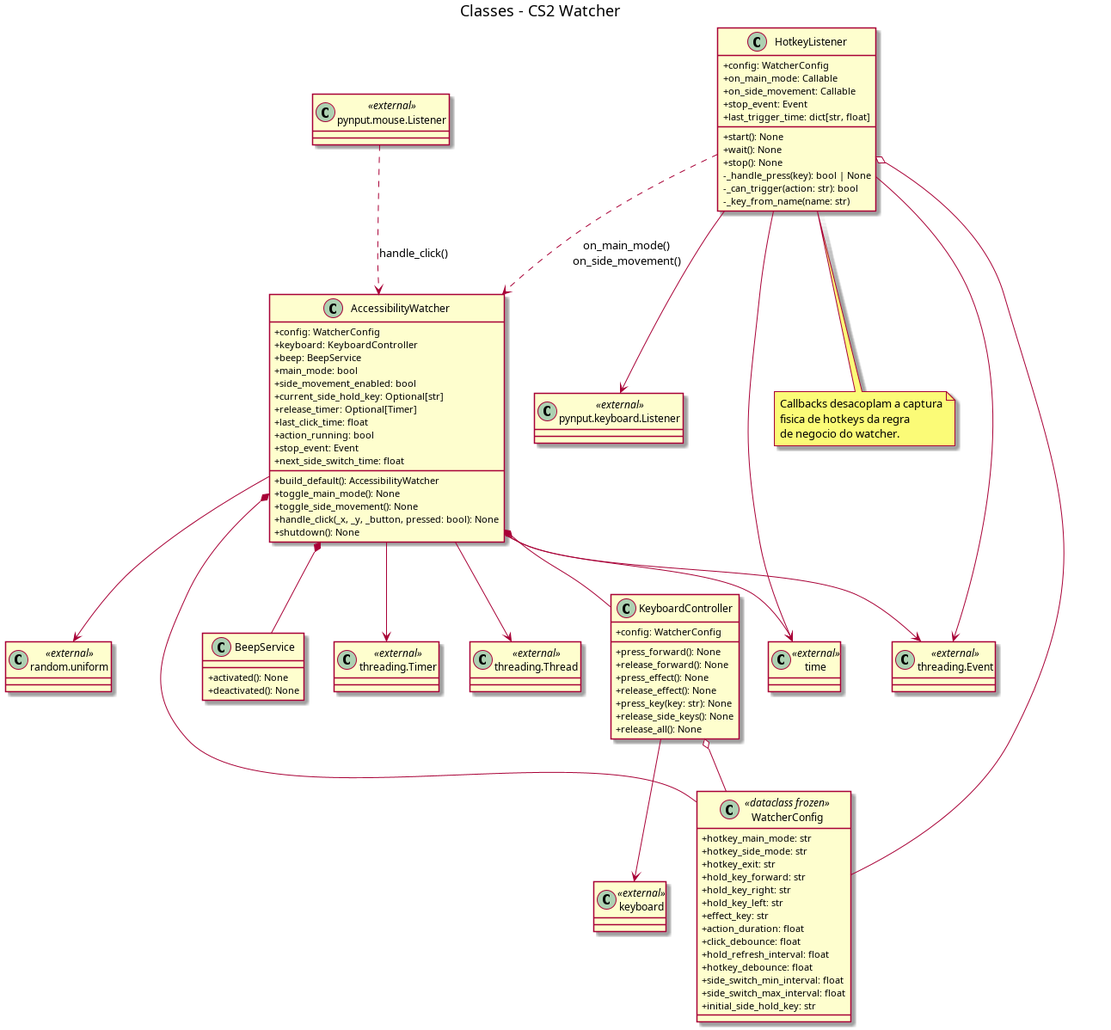
Above: docs/classes.png in clesiorki2018/cs2-watcher (PlantUML), before the change. Its source is kept beside it as docs/classes.puml.
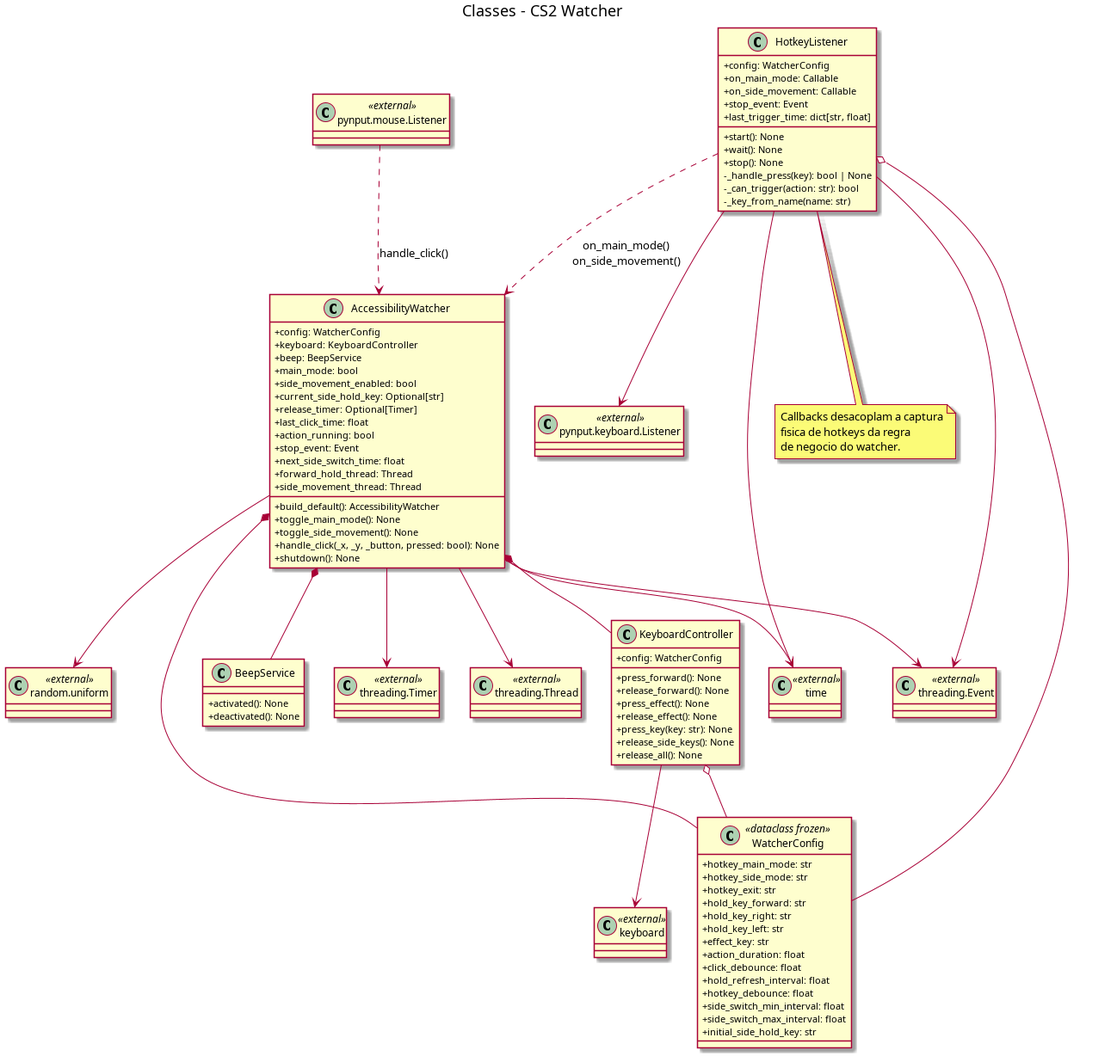
The same file after the commit.

The edit, as a diff of the source:
```diff
@@ -32,6 +32,8 @@
     +action_running: bool
     +stop_event: Event
     +next_side_switch_time: float
+    +forward_hold_thread: Thread
+    +side_movement_thread: Thread
     +build_default(): AccessibilityWatcher
     +toggle_main_mode(): None
     +toggle_side_movement(): None
```
